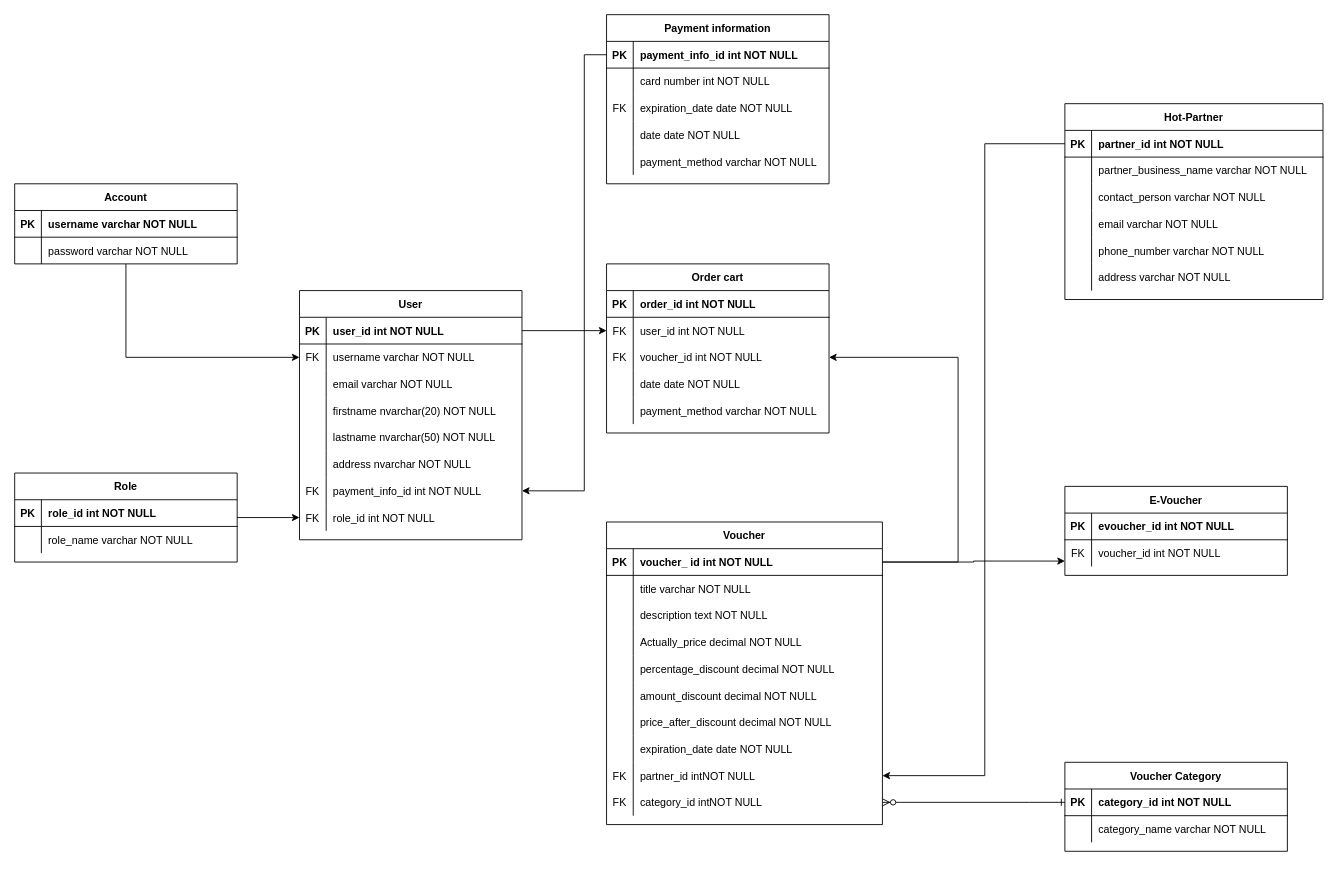
Above: Biểu đồ không có tiêu đề.drawio in dredat999/SWP391_SP24_B3W_Hotdeals (draw.io), before the change. Source tidied: cells renumbered, new cells numbered last; positions are measured from the earlier drawing's top-left corner, leaving out a move shared by most shapes. Both pictures are drawn from the tidied source at 89%, with x=0, y=0 at pixel (14, 14).
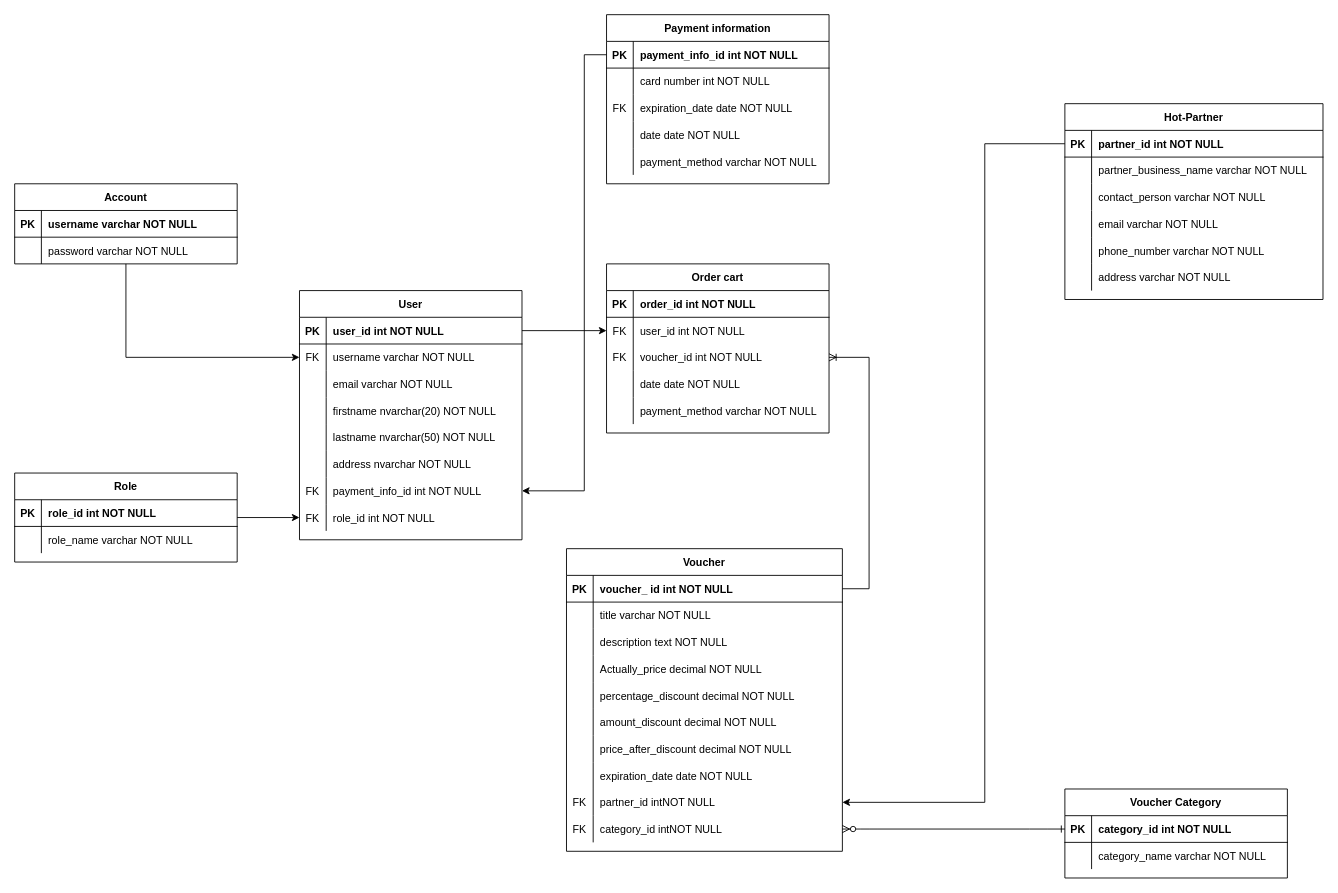
The same diagram, later.

The change refers to these unchanged cells:
```xml
<mxCell id="3" style="shape=partialRectangle;fillColor=none;points=[[0,0.5],[1,0.5]];portConstraint=eastwest;top=0;left=0;right=0;bottom=1;" parent="2" vertex="1">
  <mxGeometry y="30" width="290" height="30" as="geometry" />
</mxCell>
<mxCell id="22" style="shape=partialRectangle;fillColor=none;points=[[0,0.5],[1,0.5]];portConstraint=eastwest;top=0;left=0;right=0;bottom=1;" parent="21" vertex="1">
  <mxGeometry y="30" width="310" height="30" as="geometry" />
</mxCell>
<mxCell id="46" style="shape=partialRectangle;fillColor=none;points=[[0,0.5],[1,0.5]];portConstraint=eastwest;top=0;left=0;right=0;bottom=0;" parent="21" vertex="1">
  <mxGeometry y="270" width="310" height="30" as="geometry" />
</mxCell>
<mxCell id="74" style="shape=partialRectangle;fillColor=none;points=[[0,0.5],[1,0.5]];portConstraint=eastwest;top=0;left=0;right=0;bottom=0;" parent="67" vertex="1">
  <mxGeometry y="90" width="250" height="30" as="geometry" />
</mxCell>
```

Change to the diagram source:
```diff
@@
     <mxCell id="21" value="Voucher" style="shape=table;startSize=30;childLayout=tableLayout;rowLines=0;fontStyle=1;align=center;" parent="1" vertex="1">
-      <mxGeometry x="665" y="570" width="310" height="340" as="geometry" />
+      <mxGeometry x="620" y="600" width="310" height="340" as="geometry" />
     </mxCell>
@@
     <mxCell id="60" value="Voucher Category" style="shape=table;startSize=30;childLayout=tableLayout;rowLines=0;fontStyle=1;align=center;" parent="1" vertex="1">
-      <mxGeometry x="1180" y="840" width="250" height="100" as="geometry" />
+      <mxGeometry x="1180" y="870" width="250" height="100" as="geometry" />
     </mxCell>
@@
-    <mxCell id="83" value="E-Voucher" style="shape=table;startSize=30;childLayout=tableLayout;rowLines=0;fontStyle=1;align=center;" parent="1" vertex="1">
-      <mxGeometry x="1180" y="530" width="250" height="100" as="geometry" />
-    </mxCell>
-    <mxCell id="84" style="shape=partialRectangle;fillColor=none;top=0;left=0;right=0;bottom=1;" parent="83" vertex="1">
-      <mxGeometry y="30" width="250" height="30" as="geometry" />
-    </mxCell>
-    <mxCell id="85" value="PK" style="shape=partialRectangle;overflow=hidden;fillColor=none;top=0;left=0;bottom=0;right=0;fontStyle=1;" parent="84" vertex="1">
-      <mxGeometry width="30" height="30" as="geometry" />
-    </mxCell>
-    <mxCell id="86" value="evoucher_id int NOT NULL " style="shape=partialRectangle;overflow=hidden;fillColor=none;top=0;left=0;bottom=0;right=0;align=left;spacingLeft=6;fontStyle=1;" parent="84" vertex="1">
-      <mxGeometry x="30" width="220" height="30" as="geometry" />
-    </mxCell>
-    <mxCell id="87" style="shape=partialRectangle;fillColor=none;points=[[0,0.5],[1,0.5]];portConstraint=eastwest;top=0;left=0;right=0;bottom=0;" parent="83" vertex="1">
-      <mxGeometry y="60" width="250" height="30" as="geometry" />
-    </mxCell>
-    <mxCell id="88" value="FK" style="shape=partialRectangle;overflow=hidden;fillColor=none;top=0;left=0;bottom=0;right=0;" parent="87" vertex="1">
-      <mxGeometry width="30" height="30" as="geometry" />
-    </mxCell>
-    <mxCell id="89" value="voucher_id int NOT NULL" style="shape=partialRectangle;overflow=hidden;fillColor=none;top=0;left=0;bottom=0;right=0;align=left;spacingLeft=6;" parent="87" vertex="1">
-      <mxGeometry x="30" width="220" height="30" as="geometry" />
-    </mxCell>
@@
+    <mxCell id="143" style="edgeStyle=orthogonalEdgeStyle;rounded=0;jettySize=auto;html=1;entryX=1;entryY=0.5;entryDx=0;entryDy=0;" parent="1" edge="1" source="3" target="46">
+      <mxGeometry relative="1" as="geometry">
+        <Array as="points">
+          <mxPoint x="1090" y="145" />
+          <mxPoint x="1090" y="885" />
+        </Array>
+      </mxGeometry>
+    </mxCell>
-    <mxCell id="142" style="edgeStyle=orthogonalEdgeStyle;rounded=0;jettySize=auto;html=1;entryX=1;entryY=0.5;entryDx=0;entryDy=0;" parent="1" edge="1" source="22" target="74">
+    <mxCell id="142" style="edgeStyle=entityRelationEdgeStyle;fontSize=12;html=1;endArrow=ERoneToMany;rounded=0;entryX=1;entryY=0.5;entryDx=0;entryDy=0;" parent="1" edge="1" source="22" target="74">
       <mxGeometry relative="1" as="geometry">
         <Array as="points">
-          <mxPoint x="1060" y="615" />
-          <mxPoint x="1060" y="385" />
+          <mxPoint x="1011" y="510" />
+          <mxPoint x="1001" y="580" />
+          <mxPoint x="1011" y="500" />
         </Array>
       </mxGeometry>
     </mxCell>
-    <mxCell id="143" style="edgeStyle=orthogonalEdgeStyle;rounded=0;jettySize=auto;html=1;entryX=1;entryY=0.5;entryDx=0;entryDy=0;" parent="1" edge="1" source="3" target="46">
-      <mxGeometry relative="1" as="geometry">
-        <Array as="points">
-          <mxPoint x="1090" y="145" />
-          <mxPoint x="1090" y="855" />
-        </Array>
-      </mxGeometry>
-    </mxCell>
-    <mxCell id="144" style="edgeStyle=orthogonalEdgeStyle;rounded=0;jettySize=auto;html=1;entryX=0;entryY=0.797;entryDx=0;entryDy=0;entryPerimeter=0;" parent="1" edge="1" source="22" target="87">
-      <mxGeometry relative="1" as="geometry" />
-    </mxCell>
```
